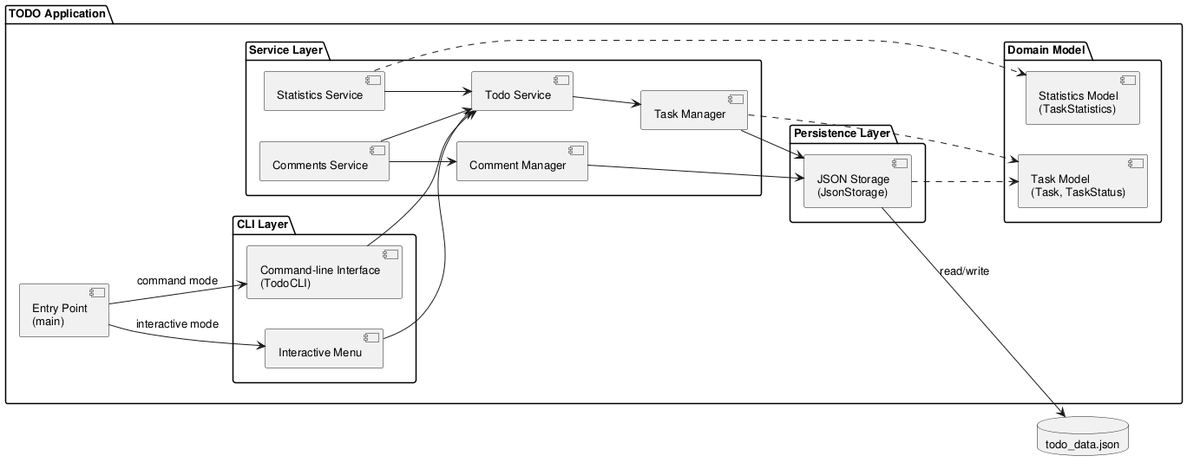
Earlier version of the PlantUML export experiments/supervisor_as_tools/test_driven/TODO/artifacts/component_diagram.png (DanielRiha8906/Software_autoevolution_using_agents).
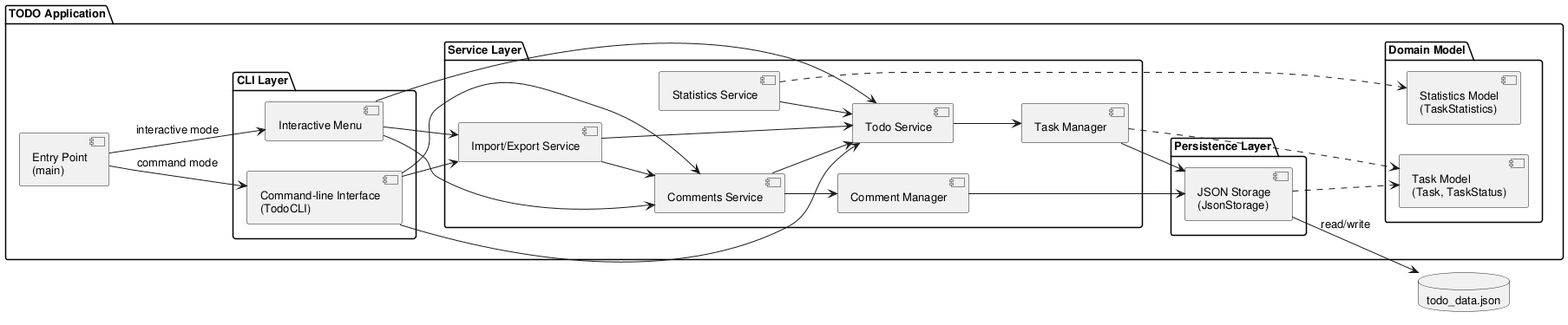
After the commit.

Change to the diagram source:
```diff
@@ -20,6 +20,7 @@
         component "Comments Service" as CSVC
         component "Comment Manager" as CMGR
         component "Statistics Service" as SSVC
+        component "Import/Export Service" as IEXVC
     }
 
     package "Domain Model" {
@@ -38,12 +39,18 @@
 Main --> CLI : command mode
 
 IM --> SVC
+IM --> CSVC
+IM --> IEXVC
 CLI --> SVC
+CLI --> CSVC
+CLI --> IEXVC
 
 SVC --> MGR
 CSVC --> SVC
 CSVC --> CMGR
 SSVC --> SVC
+IEXVC --> SVC
+IEXVC --> CSVC
 MGR --> Storage
 CMGR --> Storage
 MGR ..> Model
```
